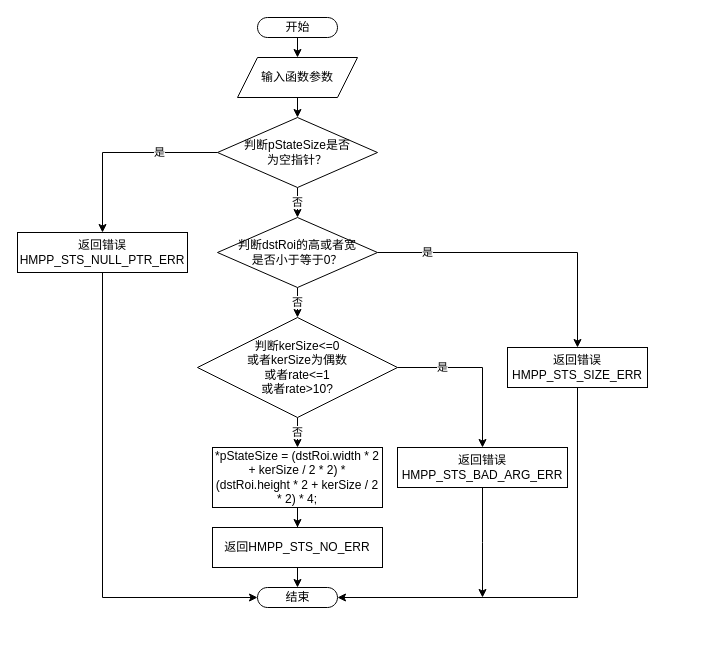
Before: page "Page-1" (1 of 2) of Pyramid/PyramidLayerUpGetSize.drawio in hwm0726/drawioFile, a draw.io diagram. Source tidied: cells renumbered, new cells numbered last; positions are measured from the earlier drawing's top-left corner, leaving out a move shared by most shapes. Both pictures are drawn from the tidied source at 100%, with x=0, y=0 at pixel (17, 17).
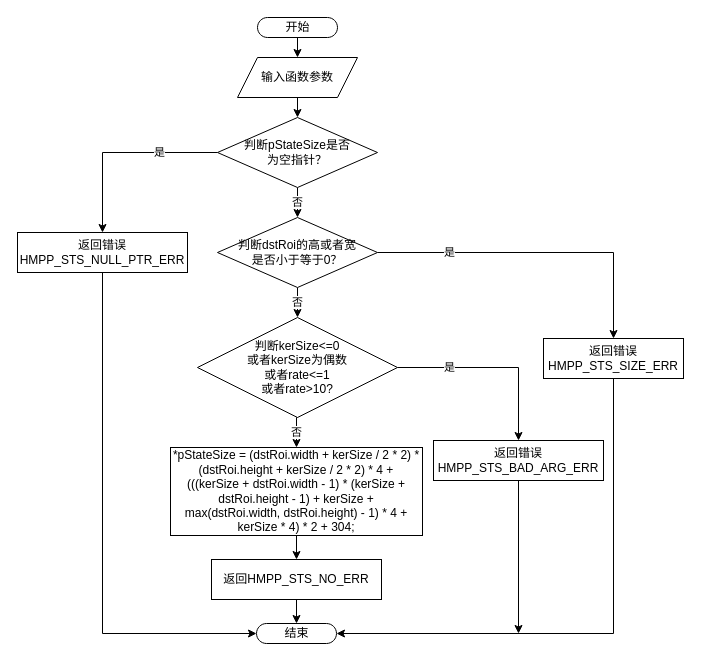
Above is the later version.

Unchanged cells that the change refers to:
```xml
<mxCell id="14" value="判断dstRoi的高或者宽&lt;br&gt;是否小于等于0？" style="rhombus;whiteSpace=wrap;html=1;" parent="1" vertex="1">
  <mxGeometry x="200" y="200" width="160" height="70" as="geometry" />
</mxCell>
```

The edit, as a diff of the source:
```diff
@@
     <mxCell id="9" value="结束" style="html=1;dashed=0;whitespace=wrap;shape=mxgraph.dfd.start;" parent="1" vertex="1">
-      <mxGeometry x="240" y="570" width="80" height="20" as="geometry" />
+      <mxGeometry x="239" y="606" width="80" height="20" as="geometry" />
     </mxCell>
@@
     <mxCell id="13" value="是" style="edgeStyle=orthogonalEdgeStyle;rounded=0;jettySize=auto;html=1;exitX=1;exitY=0.5;exitDx=0;exitDy=0;entryX=0.5;entryY=0;entryDx=0;entryDy=0;" parent="1" edge="1" source="14" target="19">
-      <mxGeometry x="-0.66" relative="1" as="geometry" />
+      <mxGeometry x="-0.55" relative="1" as="geometry" />
     </mxCell>
@@
     <mxCell id="19" value="返回错误HMPP_STS_SIZE_ERR" style="rounded=0;whiteSpace=wrap;html=1;fillColor=#ffffff;gradientColor=none;" parent="1" vertex="1">
-      <mxGeometry x="490" y="330" width="140" height="40" as="geometry" />
+      <mxGeometry x="526" y="321" width="140" height="40" as="geometry" />
     </mxCell>
     <mxCell id="20" style="edgeStyle=orthogonalEdgeStyle;rounded=0;jettySize=auto;html=1;jumpSize=4;" parent="1" edge="1" source="21">
       <mxGeometry relative="1" as="geometry">
-        <mxPoint x="465" y="580" as="targetPoint" />
+        <mxPoint x="501" y="616" as="targetPoint" />
       </mxGeometry>
     </mxCell>
     <mxCell id="21" value="返回错误HMPP_STS_BAD_ARG_ERR" style="rounded=0;whiteSpace=wrap;html=1;fillColor=#ffffff;gradientColor=none;" parent="1" vertex="1">
-      <mxGeometry x="380" y="430" width="170" height="40" as="geometry" />
+      <mxGeometry x="416" y="423" width="170" height="40" as="geometry" />
     </mxCell>
@@
-    <mxCell id="23" value="*pStateSize = (dstRoi.width * 2 + kerSize / 2 * 2) * (dstRoi.height * 2 + kerSize / 2 * 2) * 4;" style="rounded=0;whiteSpace=wrap;html=1;fillColor=#ffffff;gradientColor=none;" parent="1" vertex="1">
-      <mxGeometry x="195" y="430" width="170" height="60" as="geometry" />
+    <mxCell id="23" value="&lt;div&gt;*pStateSize = (dstRoi.width + kerSize / 2 * 2) * (dstRoi.height + kerSize / 2 * 2) * 4 +&lt;/div&gt;&lt;div&gt;&lt;span&gt;  &lt;/span&gt;(((kerSize + dstRoi.width - 1) * (kerSize + dstRoi.height - 1) + kerSize +&lt;/div&gt;&lt;div&gt;&lt;span&gt;   &lt;/span&gt;max(dstRoi.width, dstRoi.height) - 1) * 4 + kerSize * 4) * 2 + 304;&lt;/div&gt;" style="rounded=0;whiteSpace=wrap;html=1;fillColor=#ffffff;gradientColor=none;" parent="1" vertex="1">
+      <mxGeometry x="153" y="430" width="252" height="88" as="geometry" />
     </mxCell>
@@
     <mxCell id="25" value="返回HMPP_STS_NO_ERR" style="rounded=0;whiteSpace=wrap;html=1;fillColor=#ffffff;gradientColor=none;" parent="1" vertex="1">
-      <mxGeometry x="195" y="510" width="170" height="40" as="geometry" />
+      <mxGeometry x="194" y="542" width="170" height="40" as="geometry" />
     </mxCell>
```
